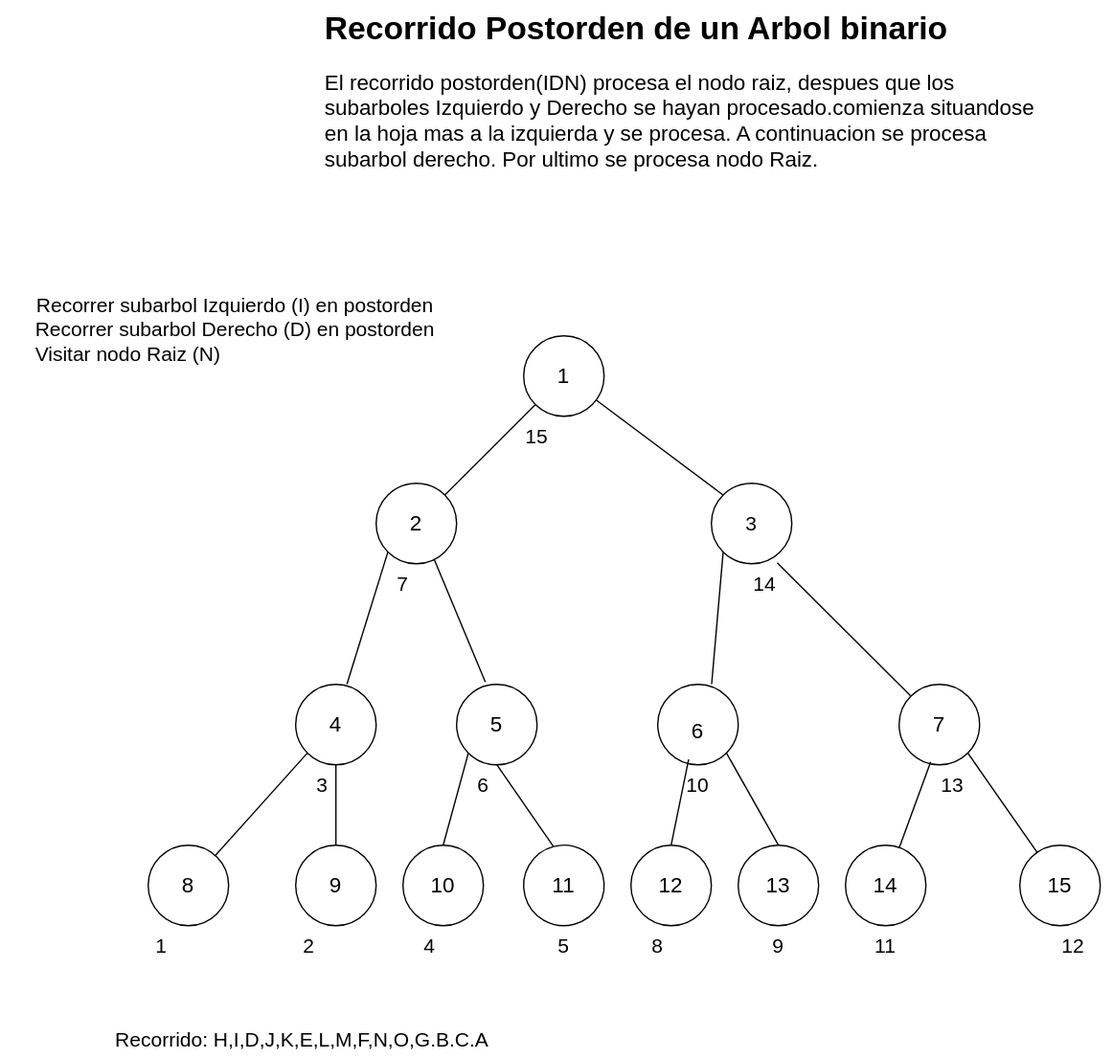
Earlier version of the draw.io export Estructura-de-datos/Arboles/postorden.drawio.svg (Nordcode-cyber/Algoritmos-Estructdatos). Source tidied: cells renumbered, new cells last; positions are measured from the earlier drawing's top-left corner, leaving out a move shared by most shapes.
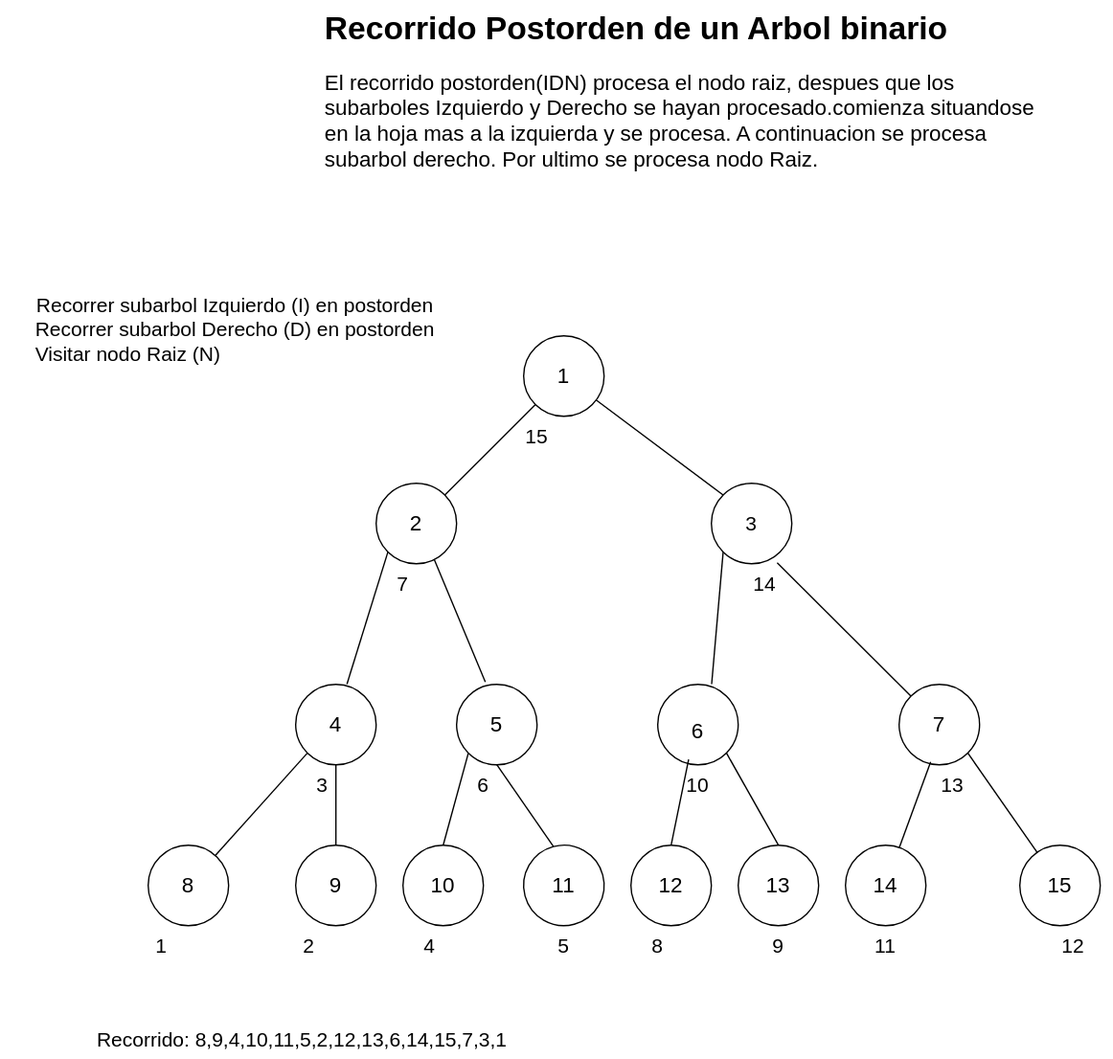
Later version of the same file.

Diff of the diagram source:
```diff
@@ -89,7 +89,7 @@
     <mxCell id="30" value="&lt;font style=&quot;font-size: 15px; color: light-dark(rgb(0, 0, 0), rgb(255, 0, 0));&quot;&gt;7&lt;/font&gt;" style="text;html=1;align=center;verticalAlign=middle;whiteSpace=wrap;rounded=0;" parent="1" vertex="1">
       <mxGeometry x="270" y="420" width="60" height="30" as="geometry" />
     </mxCell>
-    <mxCell id="31" value="&lt;font style=&quot;font-size: 15px; color: light-dark(rgb(0, 0, 0), rgb(102, 255, 102));&quot;&gt;Recorrido: H,I,D,J,K,E,L,M,F,N,O,G.B.C.A&lt;/font&gt;" style="text;html=1;align=center;verticalAlign=middle;whiteSpace=wrap;rounded=0;" parent="1" vertex="1">
+    <mxCell id="31" value="&lt;font style=&quot;font-size: 15px; color: light-dark(rgb(0, 0, 0), rgb(102, 255, 102));&quot;&gt;Recorrido: 8,9,4,10,11,5,2,12,13,6,14,15,7,3,1&lt;/font&gt;" style="text;html=1;align=center;verticalAlign=middle;whiteSpace=wrap;rounded=0;" parent="1" vertex="1">
       <mxGeometry x="40" y="760" width="370" height="30" as="geometry" />
     </mxCell>
     <mxCell id="32" style="ellipse;whiteSpace=wrap;html=1;fillColor=none;" parent="1" vertex="1">
```
